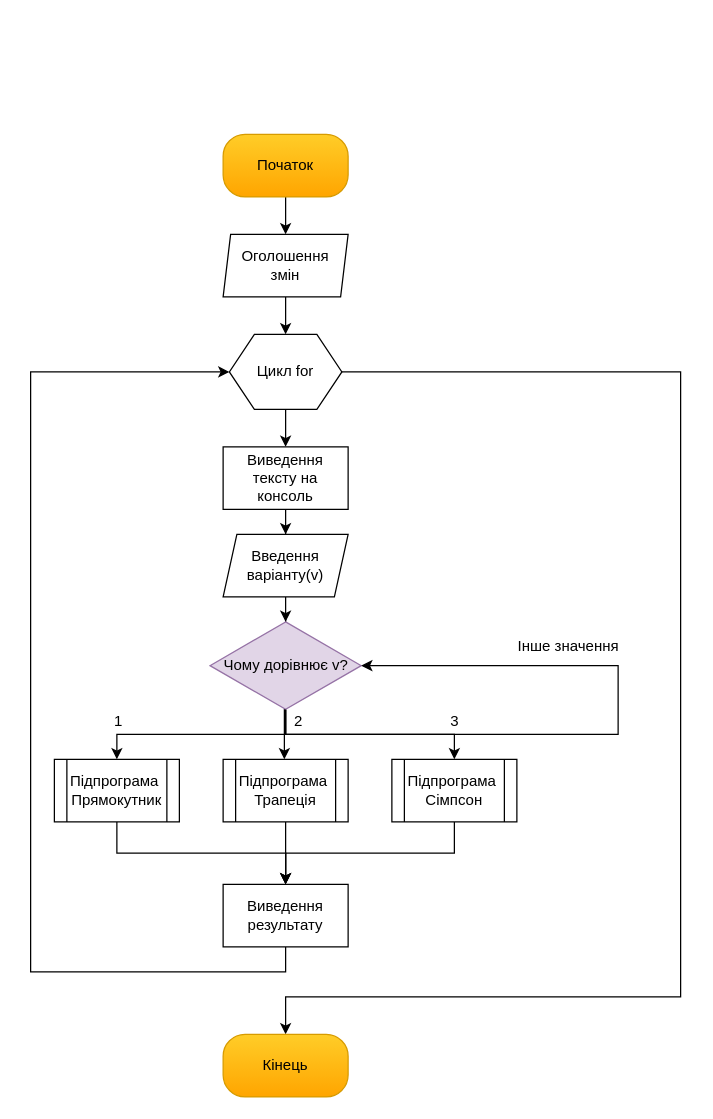
Grysnui/Labka-2 keeps this draw.io diagram as Untitled Diagram.drawio. Above is the earlier version. Source tidied: cells renumbered, new cells numbered last; positions are measured from the earlier drawing's top-left corner, leaving out a move shared by most shapes. Both pictures are drawn from the tidied source at 125%, with x=0, y=0 at pixel (30, 134).
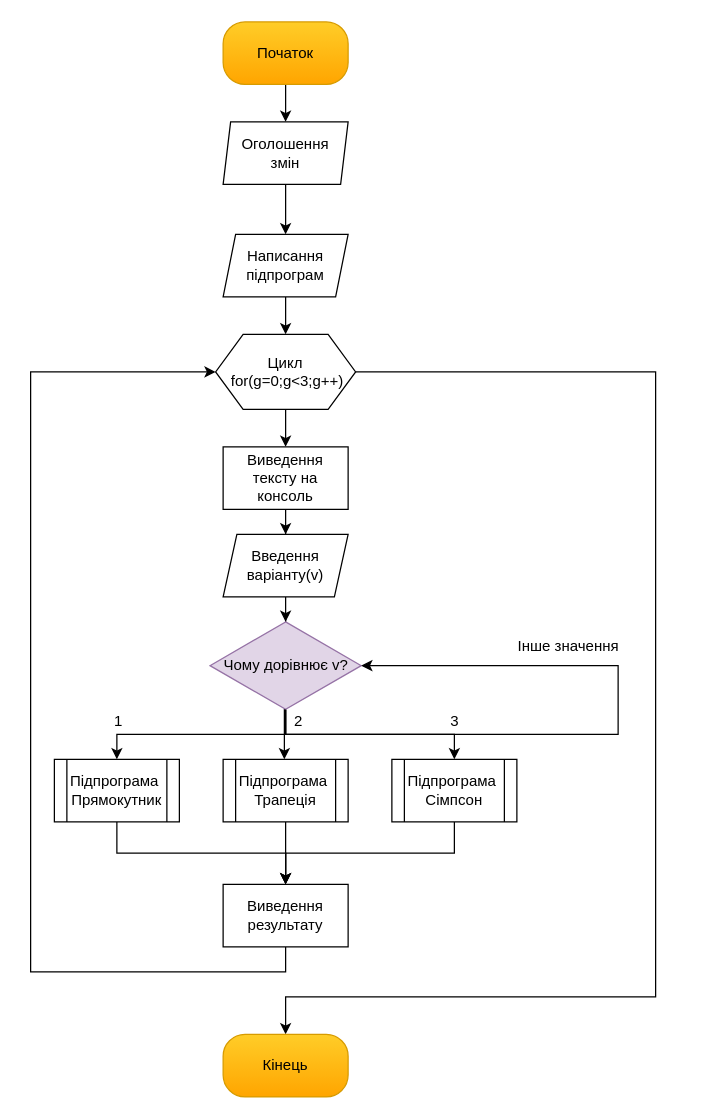
After the change.

Commit message:
Блок-схема(основна)

Unchanged cells that the change refers to:
```xml
<mxCell id="30" value="Кінець" style="rounded=1;whiteSpace=wrap;html=1;arcSize=35;fillColor=#ffcd28;strokeColor=#d79b00;gradientColor=#ffa500;" parent="1" vertex="1">
  <mxGeometry x="154" y="720" width="100" height="50" as="geometry" />
</mxCell>
```

What changed in the source:
```diff
@@
     <mxCell id="3" value="Початок" style="rounded=1;whiteSpace=wrap;html=1;arcSize=35;fillColor=#ffcd28;strokeColor=#d79b00;gradientColor=#ffa500;" parent="1" vertex="1">
-      <mxGeometry x="154" width="100" height="50" as="geometry" />
+      <mxGeometry x="154" y="-90" width="100" height="50" as="geometry" />
     </mxCell>
-    <mxCell id="4" style="edgeStyle=orthogonalEdgeStyle;rounded=0;jettySize=auto;html=1;" parent="1" edge="1" source="5" target="8">
-      <mxGeometry relative="1" as="geometry" />
-    </mxCell>
+    <mxCell id="31" style="edgeStyle=orthogonalEdgeStyle;rounded=0;jettySize=auto;html=1;" parent="1" edge="1" source="5" target="33">
+      <mxGeometry relative="1" as="geometry" />
+    </mxCell>
     <mxCell id="5" value="Оголошення &lt;br&gt;змін" style="shape=parallelogram;perimeter=parallelogramPerimeter;whiteSpace=wrap;html=1;fixedSize=1;size=6;" parent="1" vertex="1">
-      <mxGeometry x="154" y="80" width="100" height="50" as="geometry" />
+      <mxGeometry x="154" y="-10" width="100" height="50" as="geometry" />
     </mxCell>
@@
     <mxCell id="7" style="edgeStyle=orthogonalEdgeStyle;rounded=0;jettySize=auto;html=1;exitX=1;exitY=0.5;exitDx=0;exitDy=0;" parent="1" edge="1" source="8" target="30">
       <mxGeometry relative="1" as="geometry">
         <Array as="points">
-          <mxPoint x="520" y="190" />
-          <mxPoint x="520" y="690" />
+          <mxPoint x="500" y="190" />
+          <mxPoint x="500" y="690" />
           <mxPoint x="204" y="690" />
         </Array>
       </mxGeometry>
     </mxCell>
-    <mxCell id="8" value="Цикл for" style="shape=hexagon;perimeter=hexagonPerimeter2;whiteSpace=wrap;html=1;fixedSize=1;" parent="1" vertex="1">
-      <mxGeometry x="159" y="160" width="90" height="60" as="geometry" />
+    <mxCell id="8" value="Цикл&lt;br&gt;&amp;nbsp;for(g=0;g&amp;lt;3;g++)" style="shape=hexagon;perimeter=hexagonPerimeter2;whiteSpace=wrap;html=1;fixedSize=1;size=22;" parent="1" vertex="1">
+      <mxGeometry x="148" y="160" width="112" height="60" as="geometry" />
     </mxCell>
@@
+    <mxCell id="32" style="edgeStyle=orthogonalEdgeStyle;rounded=0;jettySize=auto;html=1;" parent="1" edge="1" source="33" target="8">
+      <mxGeometry relative="1" as="geometry" />
+    </mxCell>
+    <mxCell id="33" value="Написання підпрограм" style="shape=parallelogram;perimeter=parallelogramPerimeter;whiteSpace=wrap;html=1;fixedSize=1;size=10;" parent="1" vertex="1">
+      <mxGeometry x="154" y="80" width="100" height="50" as="geometry" />
+    </mxCell>
```
